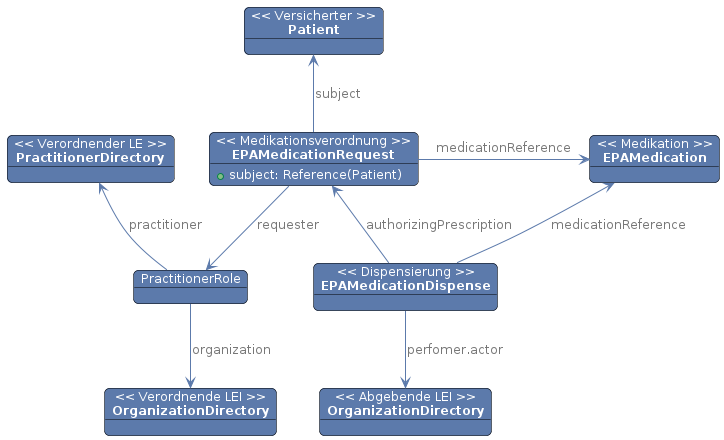
gematik/ePA-Medication keeps this PlantUML diagram as images/plantuml/medication.fhir.model.png. Above is the earlier version.
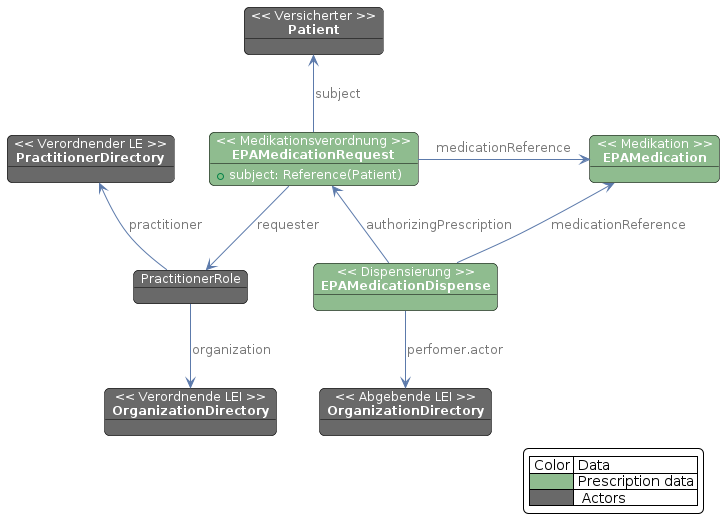
After the commit.

What changed in the source:
```diff
@@ -2,7 +2,7 @@
 skinparam fixCircleLabelOverlapping false
 skinparam roundcorner 10
 skinparam object {
-    BackgroundColor #5c7aab
+    BackgroundColor DimGrey
     BorderColor Black
     ArrowColor #5c7aab
     FontSize 12
@@ -10,18 +10,18 @@
     NoteBackgroundColor #3483eb
     ArrowFontColor #777777
 }
-
+skinparam LegendBackgroundColor White
 
 object "<< Versicherter >>\n**Patient**" as Patient
 object "<< Verordnender LE >>\n**PractitionerDirectory**" as PrescribingPractitioner
 object "<< Verordnende LEI >>\n**OrganizationDirectory**" as PrescribingOrganization
 object "<< Abgebende LEI >>\n**OrganizationDirectory**" as DispenserOrganization
 object "PractitionerRole" as PractionerRole
-object "<< Medikation >>\n**EPAMedication**" as Medication
-object "<< Medikationsverordnung >>\n**EPAMedicationRequest**" as MedicationRequest {
+object "<< Medikation >>\n**EPAMedication**" as Medication #DarkSeaGreen
+object "<< Medikationsverordnung >>\n**EPAMedicationRequest**" as MedicationRequest #DarkSeaGreen  {
     + subject: Reference(Patient)
 }
-object "<< Dispensierung >>\n**EPAMedicationDispense**" as MedicationDispense
+object "<< Dispensierung >>\n**EPAMedicationDispense**" as MedicationDispense #DarkSeaGreen
 
 
 MedicationRequest -u->  Patient : subject
@@ -35,4 +35,10 @@
 MedicationDispense -l-> MedicationRequest : authorizingPrescription
 MedicationDispense -d-> DispenserOrganization : perfomer.actor
 
+
+legend right
+    | Color | Data |
+    |<#DarkSeaGreen>| Prescription data |
+    |<#DimGrey>|  Actors |
+endlegend
 @enduml
```
